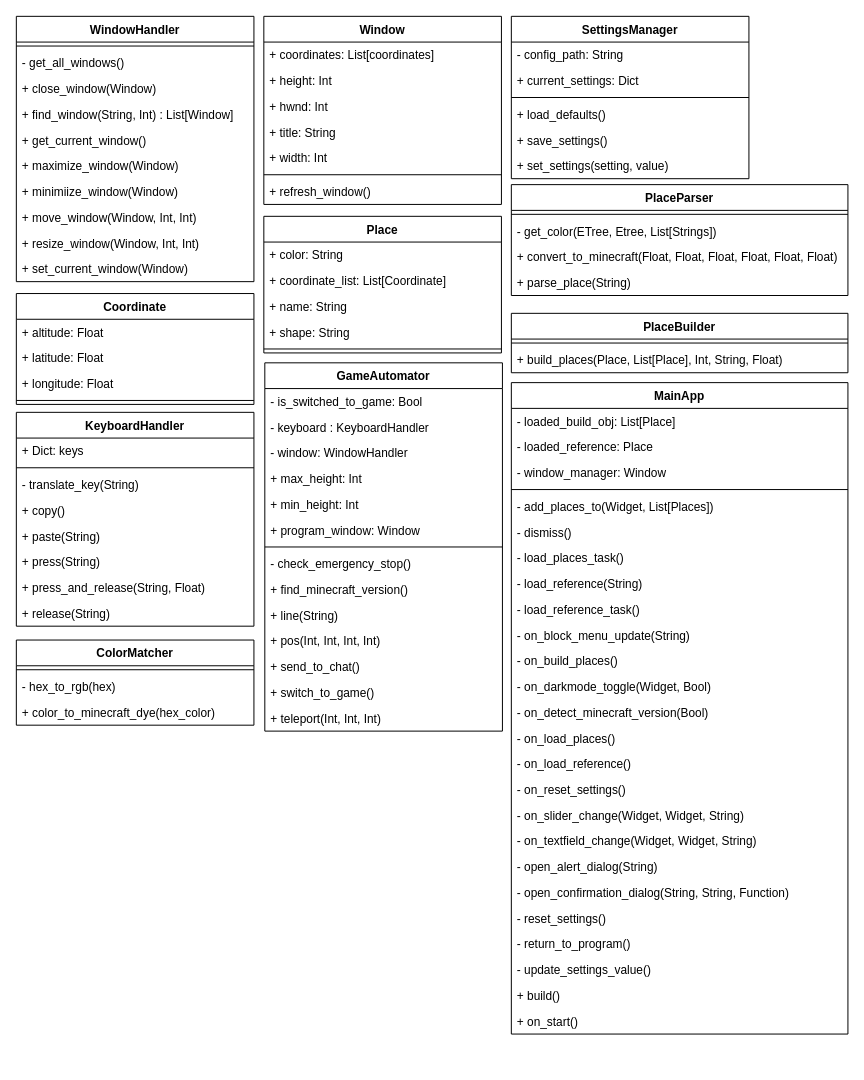
This is docs/design/drawio/class_diagrams/class_specifications.drawio from Sang0920/senior-project-spring-2022-blueprint-automation-tool, a draw.io file, before an edit. Source tidied: cells renumbered, new cells numbered last; positions are measured from the earlier drawing's top-left corner, leaving out a move shared by most shapes. Both pictures are drawn from the tidied source at 99%, with x=0, y=0 at pixel (16, 16).
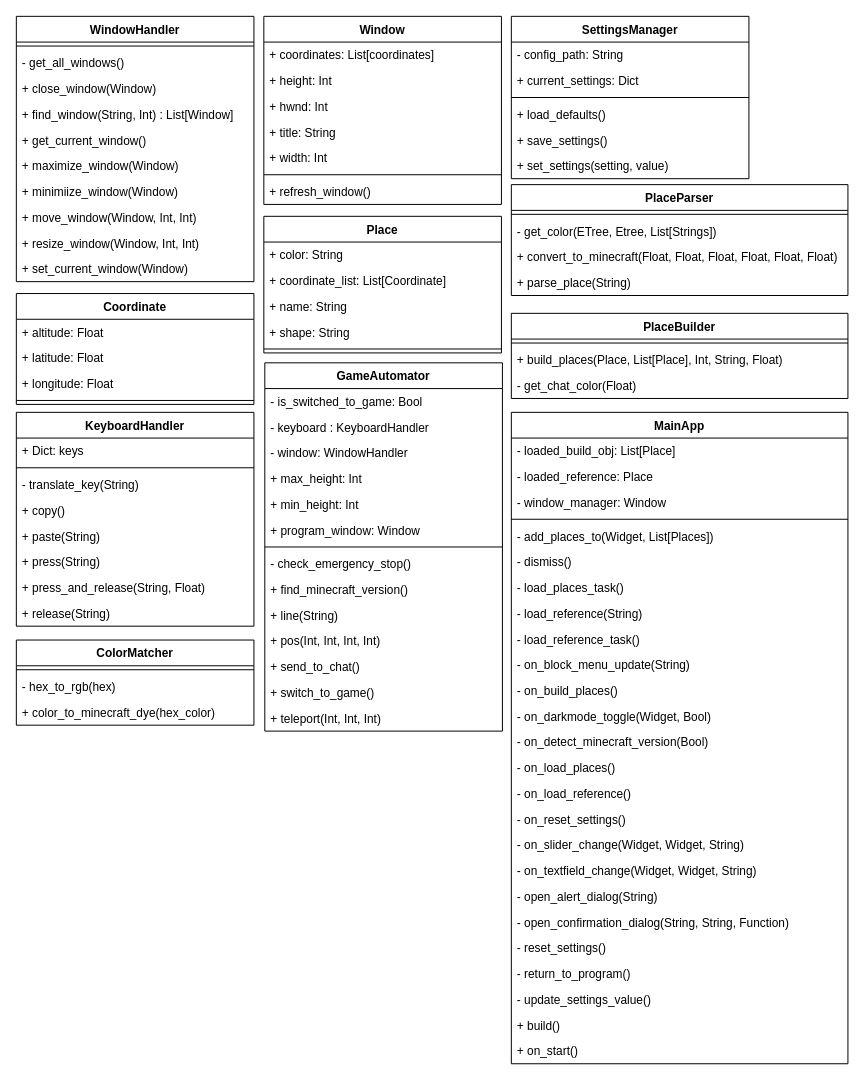
The same diagram, later.

Change to the diagram source:
```diff
@@
     <mxCell id="72" value="PlaceBuilder" style="swimlane;fontStyle=1;align=center;verticalAlign=top;horizontal=1;startSize=26;" parent="1" vertex="1">
-      <mxGeometry x="500" y="300" width="340" height="60" as="geometry" />
+      <mxGeometry x="500" y="300" width="340" height="86" as="geometry" />
     </mxCell>
@@
+    <mxCell id="101" value="- get_chat_color(Float)" style="text;strokeColor=none;fillColor=none;align=left;verticalAlign=top;spacingLeft=4;spacingRight=4;overflow=hidden;" parent="72" vertex="1">
+      <mxGeometry y="60" width="340" height="26" as="geometry" />
+    </mxCell>
     <mxCell id="75" value="MainApp" style="swimlane;fontStyle=1;align=center;verticalAlign=top;horizontal=1;startSize=26;" parent="1" vertex="1">
-      <mxGeometry x="500" y="370" width="340" height="658" as="geometry" />
+      <mxGeometry x="500" y="400" width="340" height="658" as="geometry" />
     </mxCell>
```
